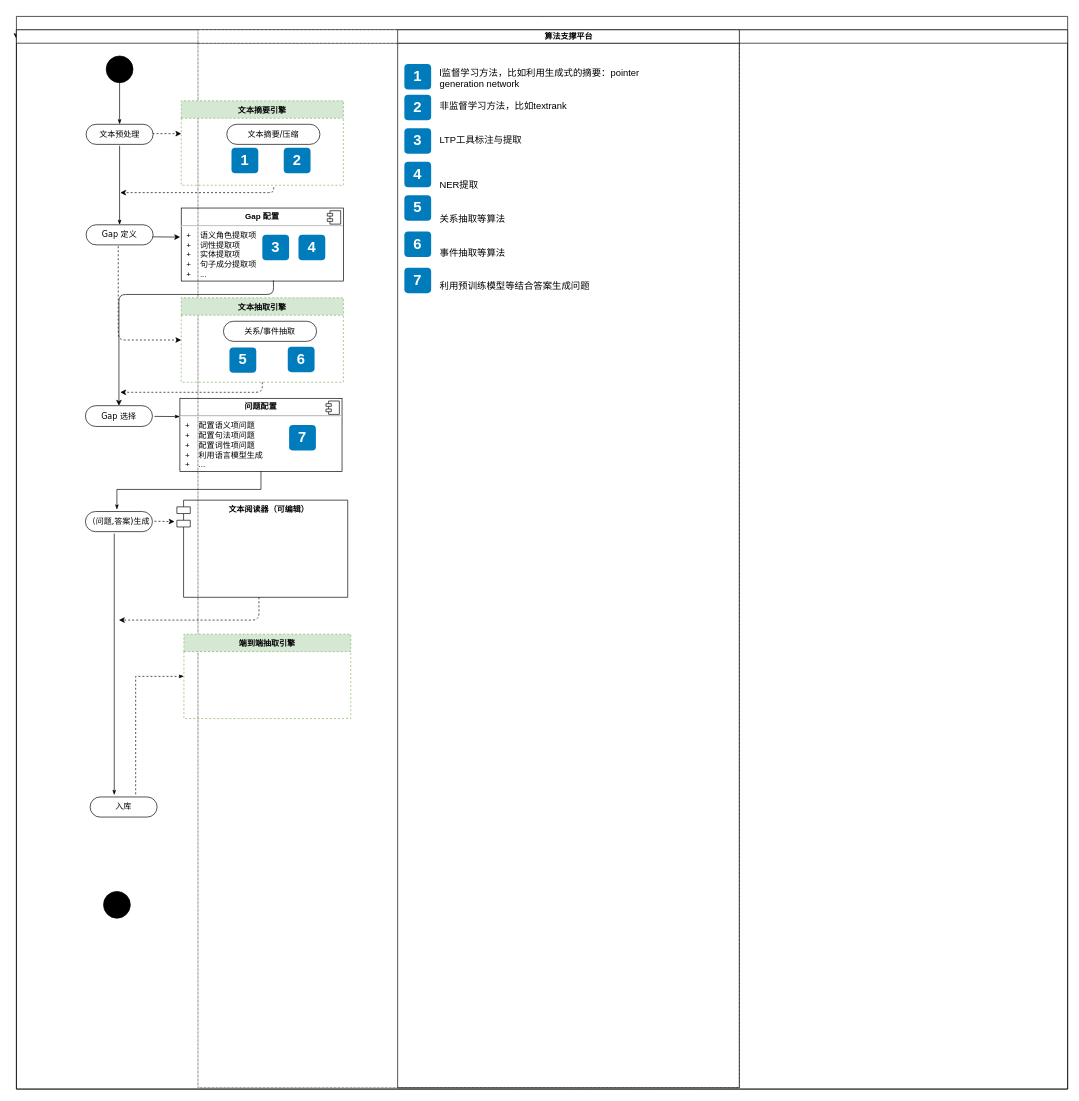
Earlier version of the draw.io diagram Untitled Diagram.drawio (Chriszhangmw/tools). Source tidied: cells renumbered, new cells numbered last; positions are measured from the earlier drawing's top-left corner, leaving out a move shared by most shapes. Both pictures are drawn from the tidied source at 67%, with x=0, y=0 at pixel (16, 16).
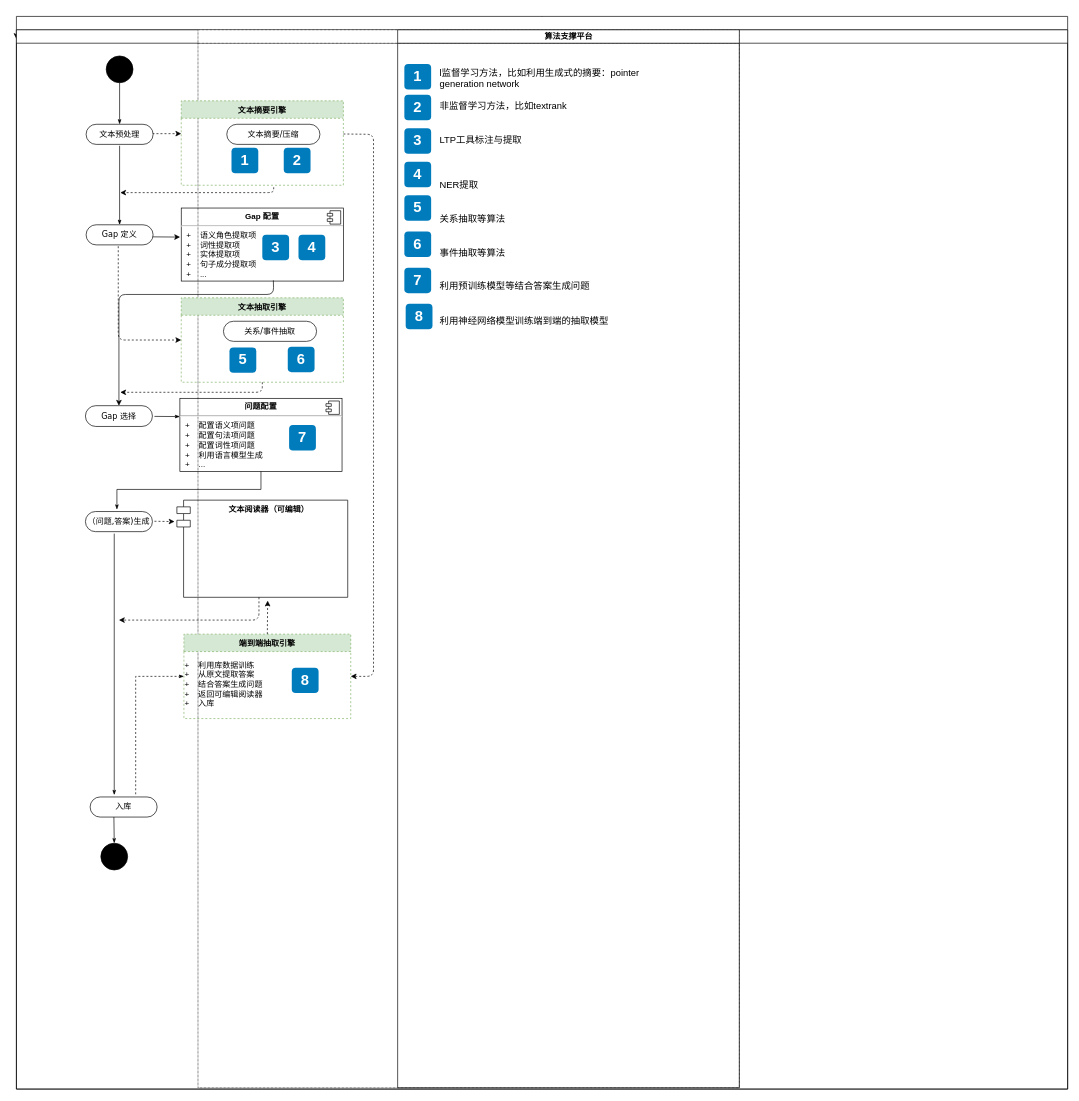
Above is the later version.

Unchanged cells that the change refers to:
```xml
<mxCell id="7" value="文本结构化平台" style="swimlane;html=1;startSize=20;" parent="5" vertex="1">
  <mxGeometry y="20" width="1569" height="1581" as="geometry" />
</mxCell>
<mxCell id="22" style="swimlane;html=1;startSize=20;dashed=1;dashPattern=1 1;" parent="7" vertex="1">
  <mxGeometry x="271" width="808" height="1579" as="geometry" />
</mxCell>
<mxCell id="41" value="算法支撑平台" style="swimlane;html=1;startSize=20;" parent="22" vertex="1">
  <mxGeometry x="298" width="510" height="1579" as="geometry" />
</mxCell>
<mxCell id="50" value="端到端抽取引擎" style="swimlane;fontStyle=1;horizontal=1;startSize=26;fillColor=#d5e8d4;dashed=1;strokeColor=#82b366;" parent="22" vertex="1">
  <mxGeometry x="-21" y="902" width="249" height="126" as="geometry" />
</mxCell>
```

Change to the diagram source:
```diff
@@
+    <mxCell id="11" style="edgeStyle=none;rounded=0;html=1;labelBackgroundColor=none;startArrow=none;startFill=0;startSize=5;endArrow=classicThin;endFill=1;endSize=5;jettySize=auto;orthogonalLoop=1;strokeWidth=1;fontFamily=Verdana;fontSize=12;" parent="7" edge="1">
+      <mxGeometry relative="1" as="geometry">
+        <mxPoint x="146" y="752" as="sourcePoint" />
+        <mxPoint x="146" y="1142" as="targetPoint" />
+      </mxGeometry>
+    </mxCell>
+    <mxCell id="56" style="edgeStyle=none;rounded=0;html=1;labelBackgroundColor=none;startArrow=none;startFill=0;startSize=5;endArrow=classicThin;endFill=1;endSize=5;jettySize=auto;orthogonalLoop=1;strokeWidth=1;fontFamily=Verdana;fontSize=12;exitX=0.5;exitY=1;exitDx=0;exitDy=0;" parent="7" edge="1">
+      <mxGeometry relative="1" as="geometry">
+        <mxPoint x="145.5" y="1175" as="sourcePoint" />
+        <mxPoint x="146" y="1214" as="targetPoint" />
+      </mxGeometry>
+    </mxCell>
     <mxCell id="10" style="ellipse;whiteSpace=wrap;html=1;rounded=0;shadow=0;comic=0;labelBackgroundColor=none;strokeWidth=1;fillColor=#000000;fontFamily=Verdana;fontSize=12;align=center;" parent="7" vertex="1">
-      <mxGeometry x="130" y="1286" width="40" height="40" as="geometry" />
+      <mxGeometry x="126" y="1214" width="40" height="40" as="geometry" />
     </mxCell>
-    <mxCell id="11" style="edgeStyle=none;rounded=0;html=1;labelBackgroundColor=none;startArrow=none;startFill=0;startSize=5;endArrow=classicThin;endFill=1;endSize=5;jettySize=auto;orthogonalLoop=1;strokeWidth=1;fontFamily=Verdana;fontSize=12;" parent="7" edge="1">
-      <mxGeometry relative="1" as="geometry">
-        <mxPoint x="146" y="752" as="sourcePoint" />
-        <mxPoint x="146" y="1142" as="targetPoint" />
-      </mxGeometry>
-    </mxCell>
@@
+    <mxCell id="57" style="endArrow=classic;html=1;dashed=1;entryX=1;entryY=0.5;entryDx=0;entryDy=0;" parent="22" edge="1" target="50">
+      <mxGeometry relative="1" as="geometry">
+        <mxPoint x="217" y="155.5" as="sourcePoint" />
+        <Array as="points">
+          <mxPoint x="262" y="156" />
+          <mxPoint x="262" y="384" />
+          <mxPoint x="262" y="965" />
+        </Array>
+      </mxGeometry>
+    </mxCell>
+    <mxCell id="58" value="8" style="rounded=1;whiteSpace=wrap;html=1;fillColor=#007CBD;strokeColor=none;fontColor=#FFFFFF;fontStyle=1;fontSize=22;labelBackgroundColor=none;" parent="22" vertex="1">
+      <mxGeometry x="140" y="952" width="40" height="38" as="geometry" />
+    </mxCell>
@@
+    <mxCell id="59" value="8" style="rounded=1;whiteSpace=wrap;html=1;fillColor=#007CBD;strokeColor=none;fontColor=#FFFFFF;fontStyle=1;fontSize=22;labelBackgroundColor=none;" parent="41" vertex="1">
+      <mxGeometry x="12" y="409" width="40" height="38" as="geometry" />
+    </mxCell>
-    <mxCell id="49" value="l监督学习方法，比如利用生成式的摘要：pointer generation network&lt;br&gt;&lt;br&gt;非监督学习方法，比如textrank&lt;br&gt;&lt;br&gt;&lt;br&gt;LTP工具标注与提取&lt;br&gt;&lt;br&gt;&lt;br&gt;&lt;br&gt;NER提取&lt;br&gt;&lt;br&gt;&lt;br&gt;关系抽取等算法&lt;br&gt;&lt;br&gt;&lt;br&gt;事件抽取等算法&lt;br&gt;&lt;br&gt;&lt;br&gt;利用预训练模型等结合答案生成问题" style="text;html=1;align=left;verticalAlign=top;spacingTop=-4;fontSize=14;labelBackgroundColor=none;whiteSpace=wrap;" parent="41" vertex="1">
-      <mxGeometry x="61" y="53" width="304" height="360" as="geometry" />
+    <mxCell id="49" value="l监督学习方法，比如利用生成式的摘要：pointer generation network&lt;br&gt;&lt;br&gt;非监督学习方法，比如textrank&lt;br&gt;&lt;br&gt;&lt;br&gt;LTP工具标注与提取&lt;br&gt;&lt;br&gt;&lt;br&gt;&lt;br&gt;NER提取&lt;br&gt;&lt;br&gt;&lt;br&gt;关系抽取等算法&lt;br&gt;&lt;br&gt;&lt;br&gt;事件抽取等算法&lt;br&gt;&lt;br&gt;&lt;br&gt;利用预训练模型等结合答案生成问题&lt;br&gt;&lt;br&gt;&lt;br&gt;利用神经网络模型训练端到端的抽取模型" style="text;html=1;align=left;verticalAlign=top;spacingTop=-4;fontSize=14;labelBackgroundColor=none;whiteSpace=wrap;" parent="41" vertex="1">
+      <mxGeometry x="61" y="53" width="304" height="470" as="geometry" />
     </mxCell>
@@
+    <mxCell id="60" style="endArrow=classic;html=1;dashed=1;exitX=0.5;exitY=0;exitDx=0;exitDy=0;" parent="1" edge="1" source="50">
+      <mxGeometry relative="1" as="geometry">
+        <mxPoint x="375" y="872" as="targetPoint" />
+      </mxGeometry>
+    </mxCell>
+    <mxCell id="61" value="&lt;p style=&quot;text-align: left ; margin: 0px 0px 0px 8px&quot;&gt;&lt;br&gt;&lt;/p&gt;&lt;p style=&quot;text-align: left ; margin: 0px 0px 0px 8px&quot;&gt;&lt;br&gt;&lt;/p&gt;&lt;p style=&quot;text-align: left ; margin: 0px 0px 0px 8px&quot;&gt;+&amp;nbsp; &amp;nbsp; 利用库数据训练&lt;br&gt;+&amp;nbsp; &amp;nbsp; 从原文提取答案&lt;/p&gt;&lt;p style=&quot;text-align: left ; margin: 0px 0px 0px 8px&quot;&gt;+&amp;nbsp; &amp;nbsp; 结合答案生成问题&lt;/p&gt;&lt;p style=&quot;text-align: left ; margin: 0px 0px 0px 8px&quot;&gt;+&amp;nbsp; &amp;nbsp; 返回可编辑阅读器&lt;/p&gt;&lt;p style=&quot;text-align: left ; margin: 0px 0px 0px 8px&quot;&gt;+&amp;nbsp; &amp;nbsp; 入库&lt;/p&gt;" style="text;html=1;align=center;verticalAlign=middle;" parent="1" vertex="1">
+      <mxGeometry x="237" y="932" width="135" height="102" as="geometry" />
+    </mxCell>
```
